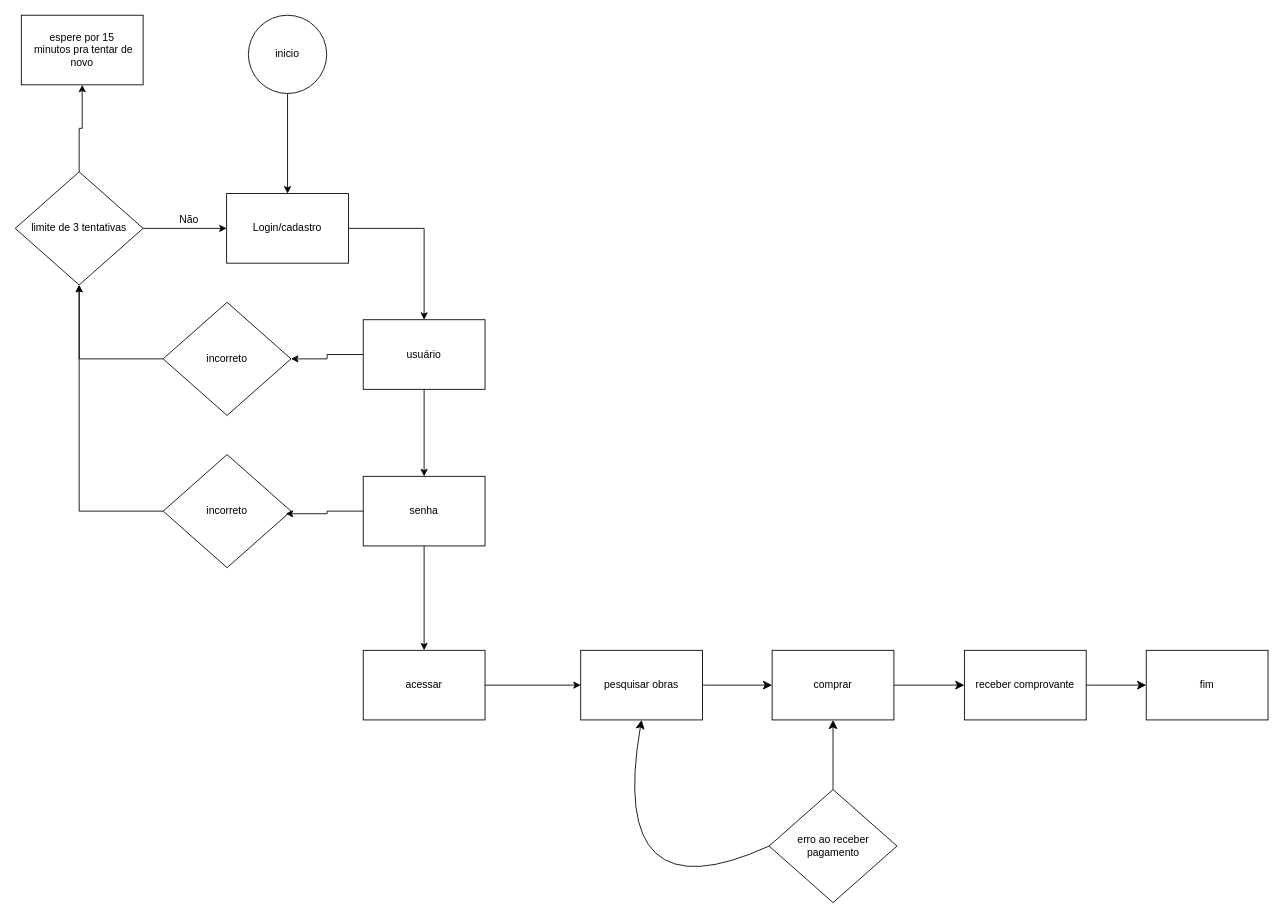
This is Diagrama sem nome.drawio from Diogo288/Fluxuograma, a draw.io file, before an edit. Source tidied: cells renumbered, new cells numbered last; positions are measured from the earlier drawing's top-left corner, leaving out a move shared by most shapes. Both pictures are drawn from the tidied source at 87%, with x=0, y=0 at pixel (15, 15).
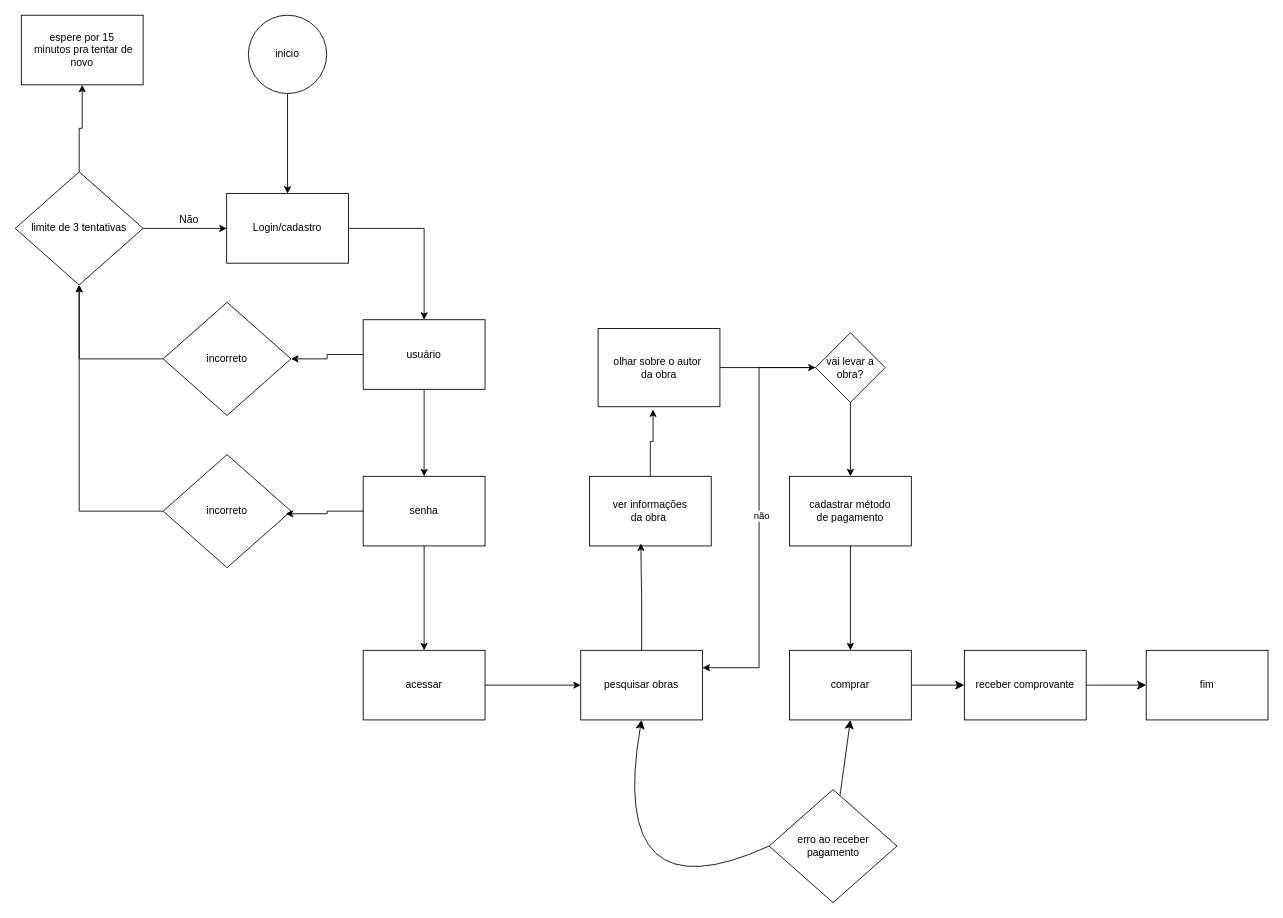
The same page after the edit.

Unchanged cells that the change refers to:
```xml
<mxCell id="24" value="pesquisar obras" style="rounded=0;whiteSpace=wrap;html=1;" parent="1" vertex="1">
  <mxGeometry x="650" y="730" width="140" height="80" as="geometry" />
</mxCell>
```

What changed in the source:
```diff
@@
-    <mxCell id="23" style="edgeStyle=none;curved=1;rounded=0;jettySize=auto;html=1;entryX=0;entryY=0.5;entryDx=0;entryDy=0;fontSize=12;startSize=8;endSize=8;" parent="1" edge="1" source="24" target="26">
-      <mxGeometry relative="1" as="geometry" />
-    </mxCell>
@@
     <mxCell id="26" value="comprar" style="rounded=0;whiteSpace=wrap;html=1;" parent="1" vertex="1">
-      <mxGeometry x="870" y="730" width="140" height="80" as="geometry" />
+      <mxGeometry x="890" y="730" width="140" height="80" as="geometry" />
     </mxCell>
@@
+    <mxCell id="33" style="edgeStyle=orthogonalEdgeStyle;rounded=0;jettySize=auto;html=1;" parent="1" edge="1" source="34" target="26">
+      <mxGeometry relative="1" as="geometry" />
+    </mxCell>
+    <mxCell id="34" value="cadastrar método&lt;div&gt;de pagamento&lt;/div&gt;" style="rounded=0;whiteSpace=wrap;html=1;" parent="1" vertex="1">
+      <mxGeometry x="890" y="530" width="140" height="80" as="geometry" />
+    </mxCell>
+    <mxCell id="35" value="ver informações&lt;div&gt;da obra&amp;nbsp;&lt;/div&gt;" style="rounded=0;whiteSpace=wrap;html=1;" parent="1" vertex="1">
+      <mxGeometry x="660" y="530" width="140" height="80" as="geometry" />
+    </mxCell>
+    <mxCell id="36" style="edgeStyle=orthogonalEdgeStyle;rounded=0;jettySize=auto;html=1;entryX=0;entryY=0.5;entryDx=0;entryDy=0;" parent="1" edge="1" source="37" target="43">
+      <mxGeometry relative="1" as="geometry" />
+    </mxCell>
+    <mxCell id="37" value="olhar sobre o autor&amp;nbsp;&lt;div&gt;da obra&lt;/div&gt;" style="rounded=0;whiteSpace=wrap;html=1;" parent="1" vertex="1">
+      <mxGeometry x="670" y="360" width="140" height="90" as="geometry" />
+    </mxCell>
+    <mxCell id="38" style="edgeStyle=orthogonalEdgeStyle;rounded=0;jettySize=auto;html=1;entryX=0.422;entryY=0.965;entryDx=0;entryDy=0;entryPerimeter=0;" parent="1" edge="1" source="24" target="35">
+      <mxGeometry relative="1" as="geometry" />
+    </mxCell>
+    <mxCell id="39" style="edgeStyle=orthogonalEdgeStyle;rounded=0;jettySize=auto;html=1;entryX=0.451;entryY=1.035;entryDx=0;entryDy=0;entryPerimeter=0;" parent="1" edge="1" source="35" target="37">
+      <mxGeometry relative="1" as="geometry" />
+    </mxCell>
+    <mxCell id="40" style="edgeStyle=orthogonalEdgeStyle;rounded=0;jettySize=auto;html=1;entryX=1;entryY=0.25;entryDx=0;entryDy=0;" parent="1" edge="1" source="43" target="24">
+      <mxGeometry relative="1" as="geometry" />
+    </mxCell>
+    <mxCell id="41" value="não" style="edgeLabel;html=1;align=center;verticalAlign=middle;" parent="40" vertex="1">
+      <mxGeometry x="-0.01" y="2" relative="1" as="geometry" />
+    </mxCell>
+    <mxCell id="42" style="edgeStyle=orthogonalEdgeStyle;rounded=0;jettySize=auto;html=1;" parent="1" edge="1" source="43" target="34">
+      <mxGeometry relative="1" as="geometry" />
+    </mxCell>
+    <mxCell id="43" value="vai levar a obra?" style="rhombus;whiteSpace=wrap;html=1;rounded=0;" parent="1" vertex="1">
+      <mxGeometry x="920" y="365" width="80" height="80" as="geometry" />
+    </mxCell>
```
